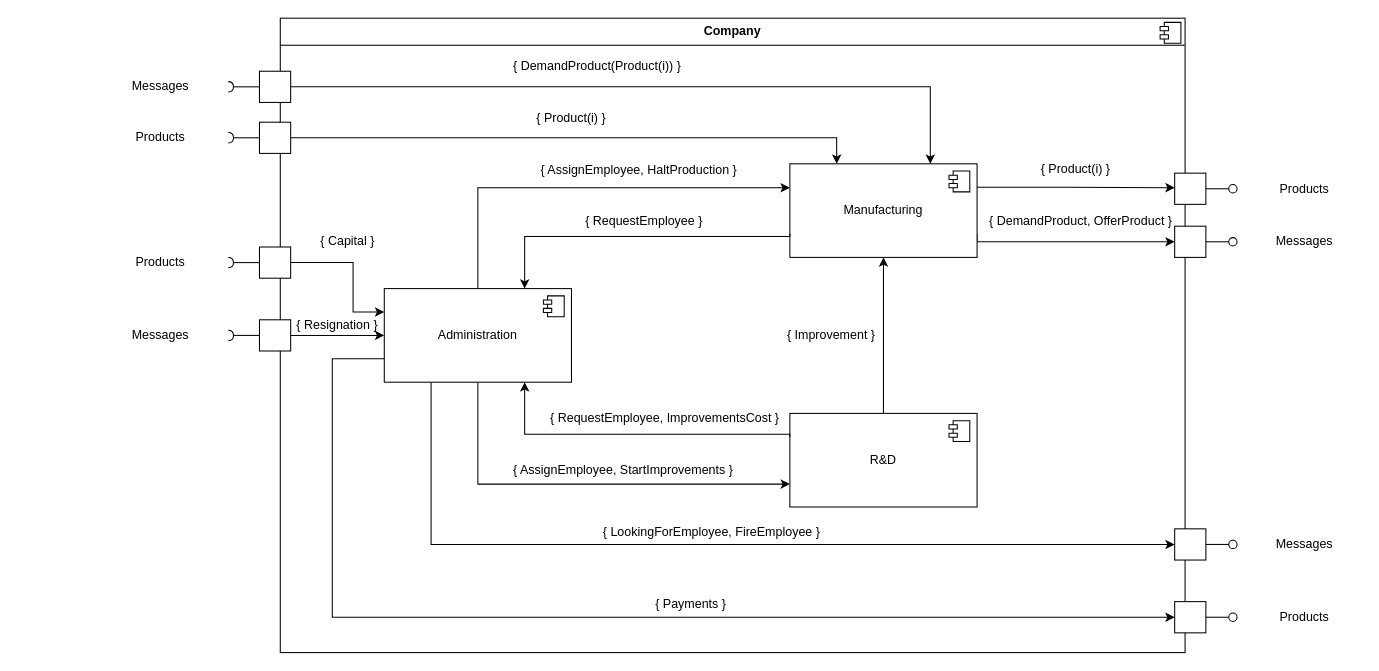
Above: design/DEVS diagrams/company/DEVS module.drawio in EmmanuelMess/Multistep-DEVS-Simulator (draw.io), before the change. Source tidied: cells renumbered, new cells numbered last; positions are measured from the earlier drawing's top-left corner, leaving out a move shared by most shapes. Both pictures are drawn from the tidied source at 104%, with x=0, y=0 at pixel (103, 18).
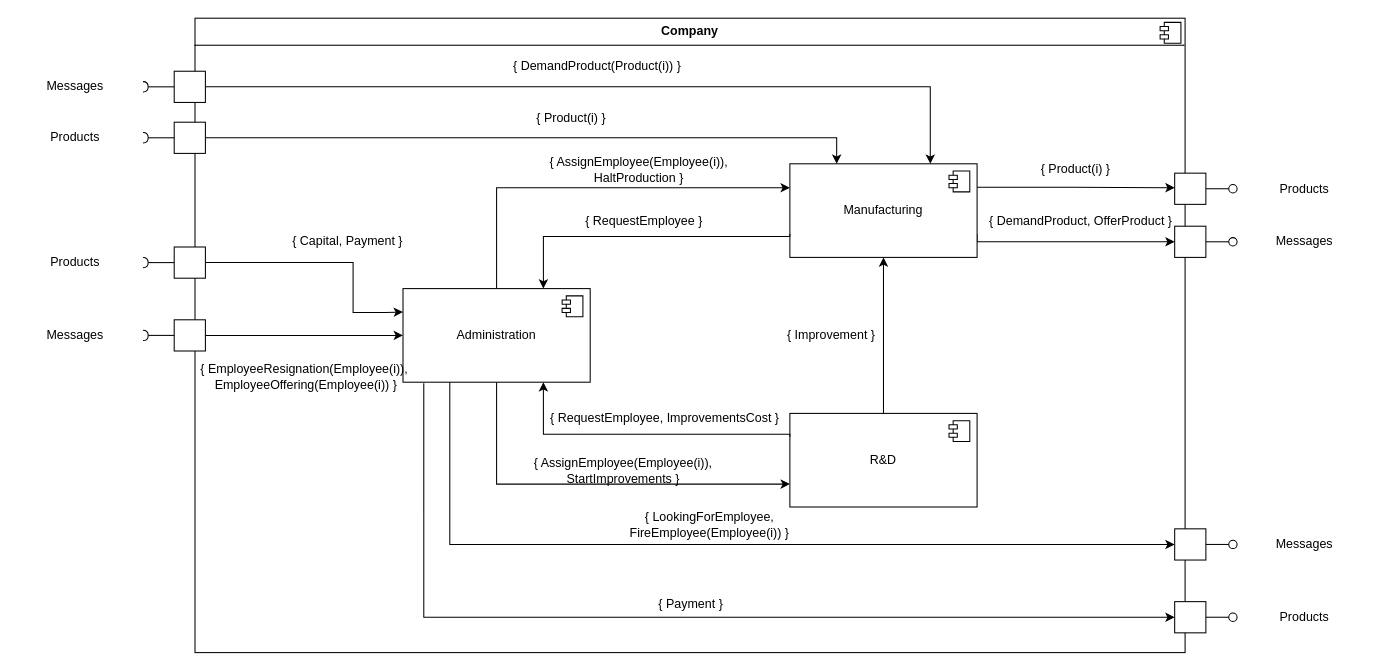
The same page after the edit.

The change refers to these unchanged cells:
```xml
<mxCell id="38" style="html=1;rounded=0;" parent="1" vertex="1">
  <mxGeometry x="1030" y="561" width="30" height="30" as="geometry" />
</mxCell>
```

Diff of the diagram source:
```diff
@@
     <mxCell id="2" value="&lt;p style=&quot;margin:0px;margin-top:6px;text-align:center;&quot;&gt;&lt;b&gt;Company&lt;/b&gt;&lt;/p&gt;&lt;hr size=&quot;1&quot; style=&quot;border-style:solid;&quot;&gt;&lt;p style=&quot;margin:0px;margin-left:8px;&quot;&gt;&lt;br&gt;&lt;/p&gt;" style="align=left;overflow=fill;html=1;whiteSpace=wrap;fillColor=none;" parent="1" vertex="1">
-      <mxGeometry x="170" width="870" height="610" as="geometry" />
+      <mxGeometry x="88" width="952" height="610" as="geometry" />
     </mxCell>
@@
     <mxCell id="8" value="Administration" style="html=1;whiteSpace=wrap;" parent="1" vertex="1">
-      <mxGeometry x="270" y="260" width="180" height="90" as="geometry" />
+      <mxGeometry x="288" y="260" width="180" height="90" as="geometry" />
     </mxCell>
@@
-    <mxCell id="13" value="{ AssignEmployee, HaltProduction }" style="text;html=1;align=center;verticalAlign=middle;whiteSpace=wrap;rounded=0;" parent="1" vertex="1">
+    <mxCell id="13" value="{ AssignEmployee(Employee(i)), HaltProduction }" style="text;html=1;align=center;verticalAlign=middle;whiteSpace=wrap;rounded=0;" parent="1" vertex="1">
       <mxGeometry x="410" y="131" width="210" height="30" as="geometry" />
     </mxCell>
@@
     <mxCell id="17" style="html=1;rounded=0;" parent="1" vertex="1">
-      <mxGeometry x="150" y="220" width="30" height="30" as="geometry" />
+      <mxGeometry x="68" y="220" width="30" height="30" as="geometry" />
     </mxCell>
@@
     <mxCell id="19" style="shape=requiredInterface;html=1;fontSize=11;align=center;fillColor=none;points=[];verticalAlign=bottom;labelPosition=center;verticalLabelPosition=top;flipH=1;rotation=-180;" parent="1" vertex="1">
-      <mxGeometry x="120" y="230" width="5" height="10" as="geometry" />
+      <mxGeometry x="38" y="230" width="5" height="10" as="geometry" />
     </mxCell>
@@
-    <mxCell id="22" value="{ AssignEmployee, StartImprovements }" style="text;html=1;align=center;verticalAlign=middle;whiteSpace=wrap;rounded=0;" parent="1" vertex="1">
+    <mxCell id="22" value="{ AssignEmployee(Employee(i)), StartImprovements }" style="text;html=1;align=center;verticalAlign=middle;whiteSpace=wrap;rounded=0;" parent="1" vertex="1">
       <mxGeometry x="390" y="420" width="220" height="30" as="geometry" />
     </mxCell>
@@
-    <mxCell id="25" value="{ Capital }" style="text;html=1;align=center;verticalAlign=middle;whiteSpace=wrap;rounded=0;" parent="1" vertex="1">
+    <mxCell id="25" value="{ Capital, Payment }" style="text;html=1;align=center;verticalAlign=middle;whiteSpace=wrap;rounded=0;" parent="1" vertex="1">
       <mxGeometry x="170" y="200" width="130" height="30" as="geometry" />
     </mxCell>
@@
-    <mxCell id="42" value="{ LookingForEmployee, FireEmployee }" style="text;html=1;align=center;verticalAlign=middle;whiteSpace=wrap;rounded=0;" parent="1" vertex="1">
-      <mxGeometry x="450" y="479" width="270" height="30" as="geometry" />
+    <mxCell id="42" value="{ LookingForEmployee, FireEmployee(Employee(i))&amp;nbsp;}" style="text;html=1;align=center;verticalAlign=middle;whiteSpace=wrap;rounded=0;" parent="1" vertex="1">
+      <mxGeometry x="448" y="472" width="270" height="30" as="geometry" />
     </mxCell>
-    <mxCell id="43" style="endArrow=classic;html=1;rounded=0;edgeStyle=elbowEdgeStyle;exitX=0;exitY=0.75;exitDx=0;exitDy=0;entryX=0;entryY=0.5;entryDx=0;entryDy=0;" parent="1" edge="1" source="8" target="38">
+    <mxCell id="43" style="endArrow=classic;html=1;rounded=0;edgeStyle=elbowEdgeStyle;exitX=0.111;exitY=1.011;exitDx=0;exitDy=0;entryX=0;entryY=0.5;entryDx=0;entryDy=0;exitPerimeter=0;" parent="1" edge="1" source="8" target="38">
       <mxGeometry relative="1" as="geometry">
         <Array as="points">
-          <mxPoint x="220" y="450" />
+          <mxPoint x="308" y="460" />
         </Array>
       </mxGeometry>
     </mxCell>
-    <mxCell id="44" value="{ Payments }" style="text;html=1;align=center;verticalAlign=middle;whiteSpace=wrap;rounded=0;" parent="1" vertex="1">
+    <mxCell id="44" value="{ Payment }" style="text;html=1;align=center;verticalAlign=middle;whiteSpace=wrap;rounded=0;" parent="1" vertex="1">
       <mxGeometry x="430" y="549" width="270" height="30" as="geometry" />
     </mxCell>
@@
     <mxCell id="48" style="html=1;rounded=0;" parent="1" vertex="1">
-      <mxGeometry x="150" y="100" width="30" height="30" as="geometry" />
+      <mxGeometry x="68" y="100" width="30" height="30" as="geometry" />
     </mxCell>
@@
     <mxCell id="50" style="shape=requiredInterface;html=1;fontSize=11;align=center;fillColor=none;points=[];verticalAlign=bottom;labelPosition=center;verticalLabelPosition=top;flipH=1;rotation=-180;" parent="1" vertex="1">
-      <mxGeometry x="120" y="110" width="5" height="10" as="geometry" />
+      <mxGeometry x="38" y="110" width="5" height="10" as="geometry" />
     </mxCell>
@@
     <mxCell id="54" value="Products" style="text;html=1;align=center;verticalAlign=middle;whiteSpace=wrap;rounded=0;" parent="1" vertex="1">
-      <mxGeometry y="100" width="110" height="30" as="geometry" />
+      <mxGeometry x="-82" y="100" width="110" height="30" as="geometry" />
     </mxCell>
     <mxCell id="55" value="Products" style="text;html=1;align=center;verticalAlign=middle;whiteSpace=wrap;rounded=0;" parent="1" vertex="1">
-      <mxGeometry y="220" width="110" height="30" as="geometry" />
+      <mxGeometry x="-82" y="220" width="110" height="30" as="geometry" />
     </mxCell>
@@
     <mxCell id="57" style="html=1;rounded=0;" parent="1" vertex="1">
-      <mxGeometry x="150" y="290" width="30" height="30" as="geometry" />
+      <mxGeometry x="68" y="290" width="30" height="30" as="geometry" />
     </mxCell>
@@
     <mxCell id="59" style="shape=requiredInterface;html=1;fontSize=11;align=center;fillColor=none;points=[];verticalAlign=bottom;labelPosition=center;verticalLabelPosition=top;flipH=1;rotation=-180;" parent="1" vertex="1">
-      <mxGeometry x="120" y="300" width="5" height="10" as="geometry" />
+      <mxGeometry x="38" y="300" width="5" height="10" as="geometry" />
     </mxCell>
     <mxCell id="60" value="Messages" style="text;html=1;align=center;verticalAlign=middle;whiteSpace=wrap;rounded=0;" parent="1" vertex="1">
-      <mxGeometry y="290" width="110" height="30" as="geometry" />
+      <mxGeometry x="-82" y="290" width="110" height="30" as="geometry" />
     </mxCell>
-    <mxCell id="61" value="{ Resignation }" style="text;html=1;align=center;verticalAlign=middle;whiteSpace=wrap;rounded=0;" parent="1" vertex="1">
-      <mxGeometry x="160" y="280" width="130" height="30" as="geometry" />
+    <mxCell id="61" value="{ EmployeeResignation(Employee(i)),&amp;nbsp;&lt;div&gt;EmployeeOffering(Employee(i)) }&lt;/div&gt;" style="text;html=1;align=center;verticalAlign=middle;whiteSpace=wrap;rounded=0;" parent="1" vertex="1">
+      <mxGeometry x="90" y="320" width="210" height="50" as="geometry" />
     </mxCell>
@@
     <mxCell id="63" style="html=1;rounded=0;" parent="1" vertex="1">
-      <mxGeometry x="150" y="51" width="30" height="30" as="geometry" />
+      <mxGeometry x="68" y="51" width="30" height="30" as="geometry" />
     </mxCell>
@@
     <mxCell id="65" style="shape=requiredInterface;html=1;fontSize=11;align=center;fillColor=none;points=[];verticalAlign=bottom;labelPosition=center;verticalLabelPosition=top;flipH=1;rotation=-180;" parent="1" vertex="1">
-      <mxGeometry x="120" y="61" width="5" height="10" as="geometry" />
+      <mxGeometry x="38" y="61" width="5" height="10" as="geometry" />
     </mxCell>
     <mxCell id="66" value="Messages" style="text;html=1;align=center;verticalAlign=middle;whiteSpace=wrap;rounded=0;" parent="1" vertex="1">
-      <mxGeometry y="51" width="110" height="30" as="geometry" />
+      <mxGeometry x="-82" y="51" width="110" height="30" as="geometry" />
     </mxCell>
```
